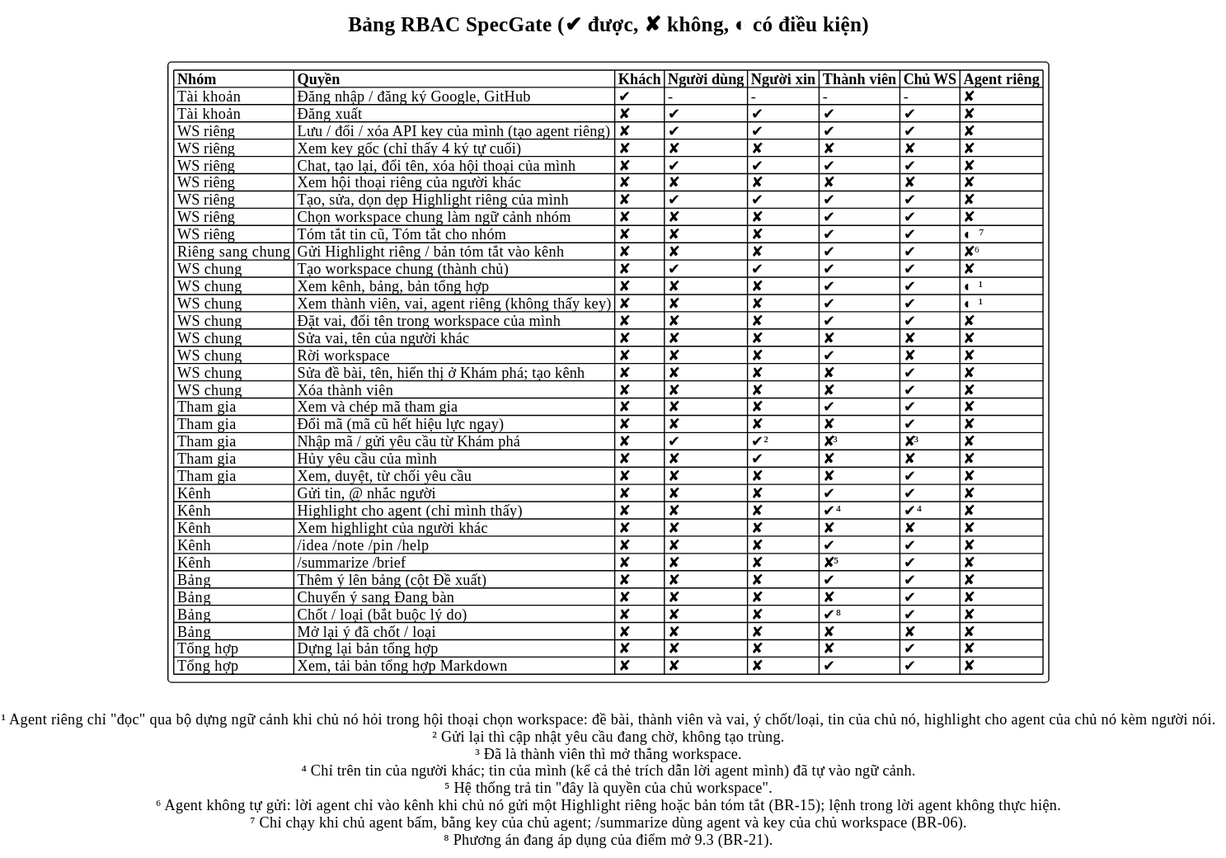
Before: uml/img/rbac.svg, a diagram exported from PlantUML (Jin2509/Specgate_BlackBoard).
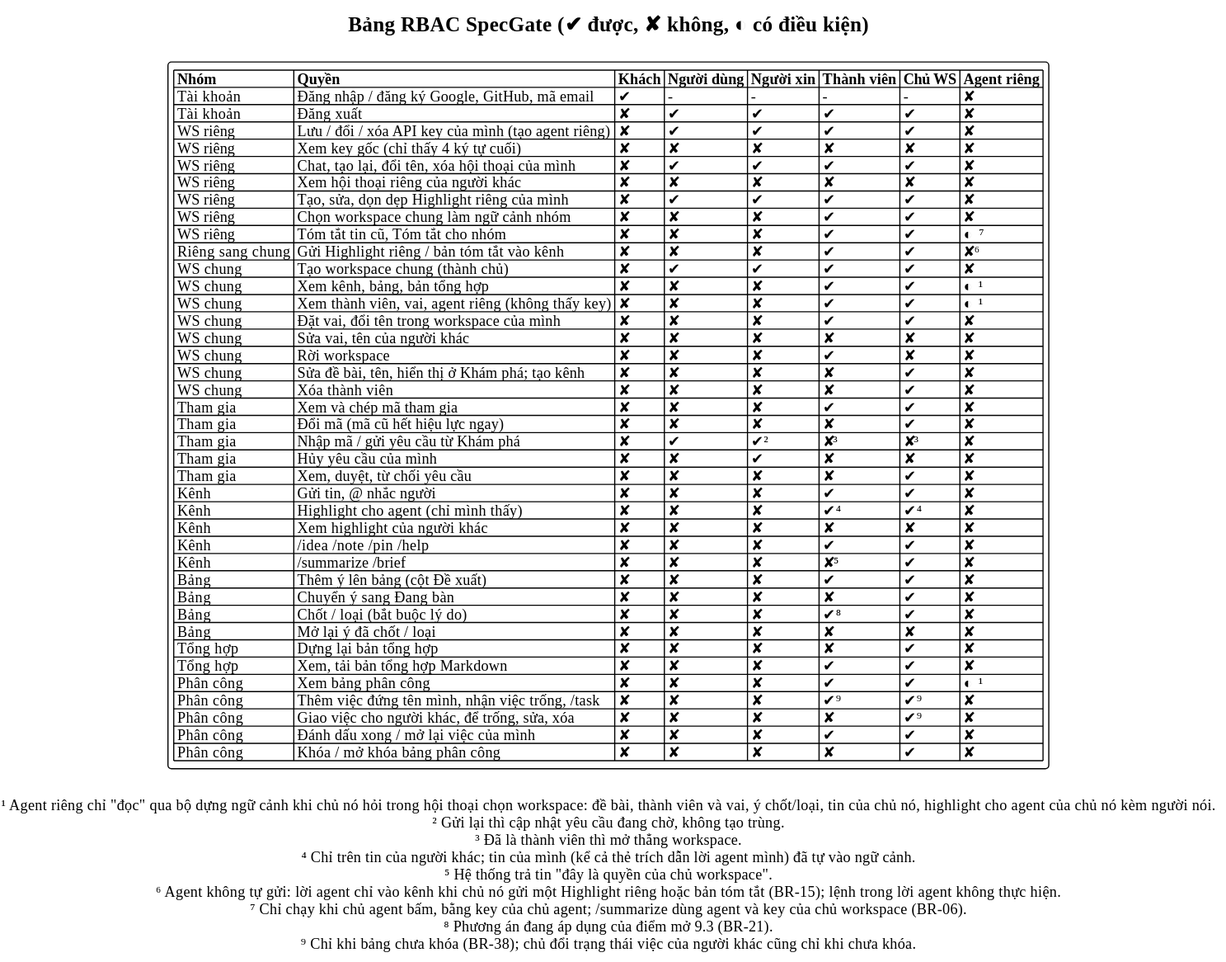
After the change.

Change to the diagram source:
```diff
@@ -4,7 +4,7 @@
 
 legend top left
 |= Nhóm |= Quyền |= Khách |= Người dùng |= Người xin |= Thành viên |= Chủ WS |= Agent riêng |
-| Tài khoản | Đăng nhập / đăng ký Google, GitHub | ✔ | - | - | - | - | ✘ |
+| Tài khoản | Đăng nhập / đăng ký Google, GitHub, mã email | ✔ | - | - | - | - | ✘ |
 | Tài khoản | Đăng xuất | ✘ | ✔ | ✔ | ✔ | ✔ | ✘ |
 | WS riêng | Lưu / đổi / xóa API key của mình (tạo agent riêng) | ✘ | ✔ | ✔ | ✔ | ✔ | ✘ |
 | WS riêng | Xem key gốc (chỉ thấy 4 ký tự cuối) | ✘ | ✘ | ✘ | ✘ | ✘ | ✘ |
@@ -38,6 +38,11 @@
 | Bảng | Mở lại ý đã chốt / loại | ✘ | ✘ | ✘ | ✘ | ✘ | ✘ |
 | Tổng hợp | Dựng lại bản tổng hợp | ✘ | ✘ | ✘ | ✘ | ✔ | ✘ |
 | Tổng hợp | Xem, tải bản tổng hợp Markdown | ✘ | ✘ | ✘ | ✔ | ✔ | ✘ |
+| Phân công | Xem bảng phân công | ✘ | ✘ | ✘ | ✔ | ✔ | ◐¹ |
+| Phân công | Thêm việc đứng tên mình, nhận việc trống, /task | ✘ | ✘ | ✘ | ✔⁹ | ✔⁹ | ✘ |
+| Phân công | Giao việc cho người khác, để trống, sửa, xóa | ✘ | ✘ | ✘ | ✘ | ✔⁹ | ✘ |
+| Phân công | Đánh dấu xong / mở lại việc của mình | ✘ | ✘ | ✘ | ✔ | ✔ | ✘ |
+| Phân công | Khóa / mở khóa bảng phân công | ✘ | ✘ | ✘ | ✘ | ✔ | ✘ |
 endlegend
 
 caption
@@ -49,5 +54,6 @@
  ⁶ Agent không tự gửi: lời agent chỉ vào kênh khi chủ nó gửi một Highlight riêng hoặc bản tóm tắt (BR-15); lệnh trong lời agent không thực hiện.
  ⁷ Chỉ chạy khi chủ agent bấm, bằng key của chủ agent; /summarize dùng agent và key của chủ workspace (BR-06).
  ⁸ Phương án đang áp dụng của điểm mở 9.3 (BR-21).
+ ⁹ Chỉ khi bảng chưa khóa (BR-38); chủ đổi trạng thái việc của người khác cũng chỉ khi chưa khóa.
 endcaption
 @enduml
```
